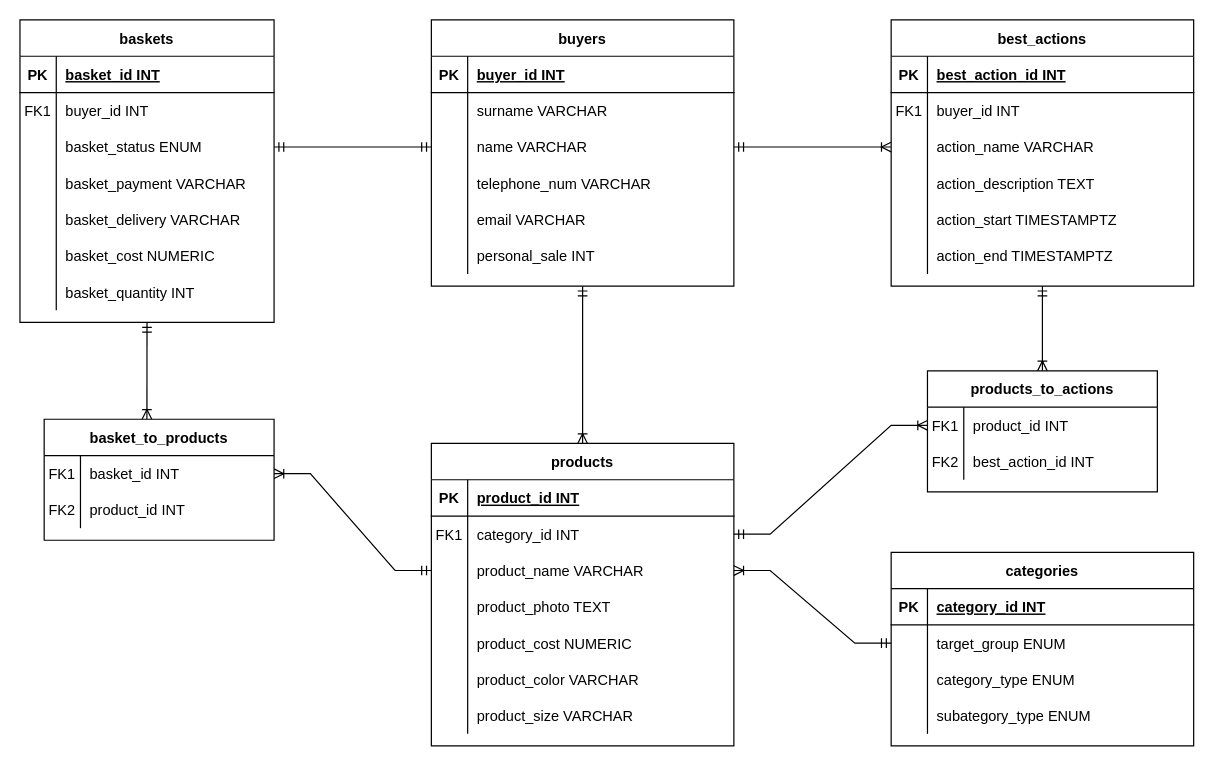
abdullahproff/BSA21_1 keeps this draw.io diagram as Mukhametyanova_Nargiza/ERD/ERD.drawio. Above is the earlier version. Source tidied: cells renumbered, new cells numbered last; positions are measured from the earlier drawing's top-left corner, leaving out a move shared by most shapes. Both pictures are drawn from the tidied source at 121%, with x=0, y=0 at pixel (19, 19).
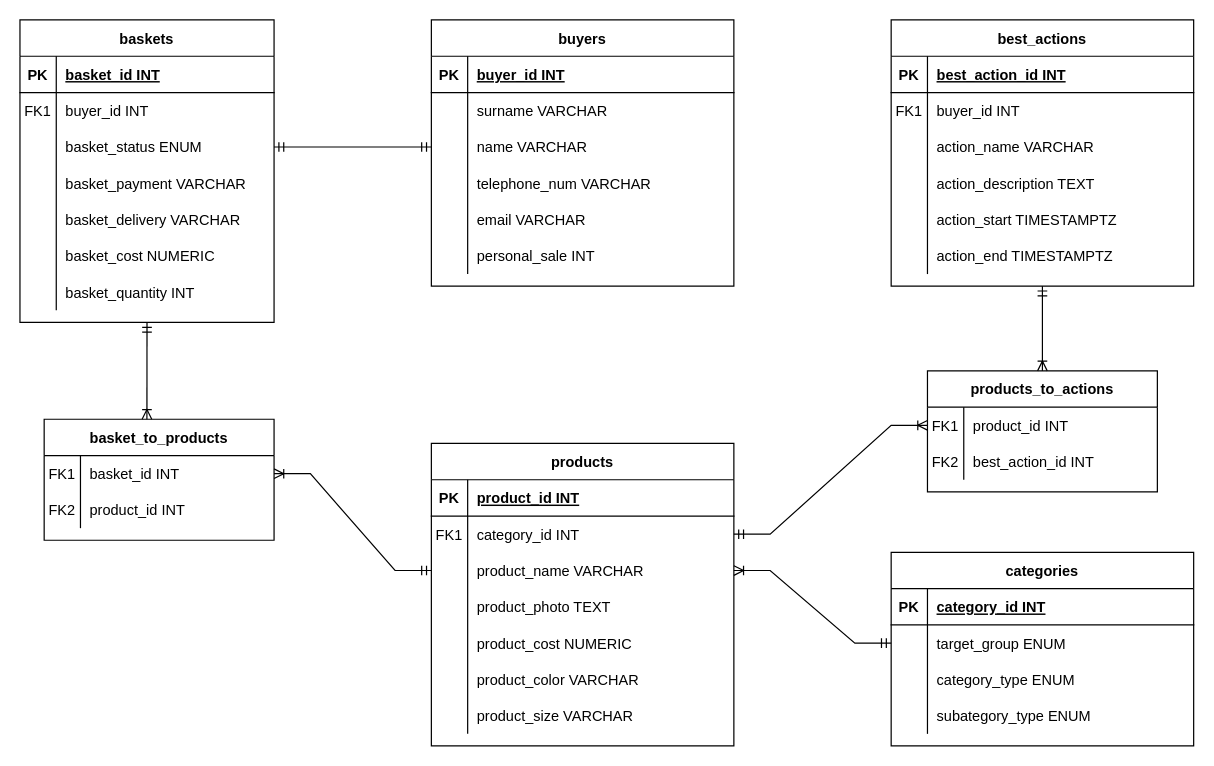
The same diagram, later.

Commit message (it also covers changes not shown here):
ERD is approved

The change refers to these unchanged cells:
```xml
<mxCell id="24" value="products" style="shape=table;startSize=30;childLayout=tableLayout;rowLines=0;fontStyle=1;align=center;" parent="1" vertex="1">
  <mxGeometry x="340" y="350" width="250" height="250" as="geometry" />
</mxCell>
<mxCell id="46" value="buyers" style="shape=table;startSize=30;childLayout=tableLayout;rowLines=0;fontStyle=1;align=center;" parent="1" vertex="1">
  <mxGeometry x="340" width="250" height="220" as="geometry" />
</mxCell>
<mxCell id="53" style="shape=partialRectangle;fillColor=none;points=[[0,0.5],[1,0.5]];portConstraint=eastwest;top=0;left=0;right=0;bottom=0;" parent="46" vertex="1">
  <mxGeometry y="90" width="250" height="30" as="geometry" />
</mxCell>
<mxCell id="72" style="shape=partialRectangle;fillColor=none;points=[[0,0.5],[1,0.5]];portConstraint=eastwest;top=0;left=0;right=0;bottom=0;" parent="65" vertex="1">
  <mxGeometry y="90" width="250" height="30" as="geometry" />
</mxCell>
```

Diff of the diagram source:
```diff
@@
-    <mxCell id="111" style="edgeStyle=entityRelationEdgeStyle;fontSize=12;html=1;endArrow=ERoneToMany;startArrow=ERmandOne;rounded=0;exitX=1;exitY=0.5;exitDx=0;exitDy=0;entryX=0;entryY=0.5;entryDx=0;entryDy=0;" parent="1" edge="1" source="53" target="72">
-      <mxGeometry relative="1" as="geometry" />
-    </mxCell>
-    <mxCell id="112" style="fontSize=12;html=1;endArrow=ERoneToMany;startArrow=ERmandOne;rounded=0;exitX=0.5;exitY=1;exitDx=0;exitDy=0;entryX=0.5;entryY=0;entryDx=0;entryDy=0;" parent="1" edge="1" source="46" target="24">
-      <mxGeometry relative="1" as="geometry" />
-    </mxCell>
```
